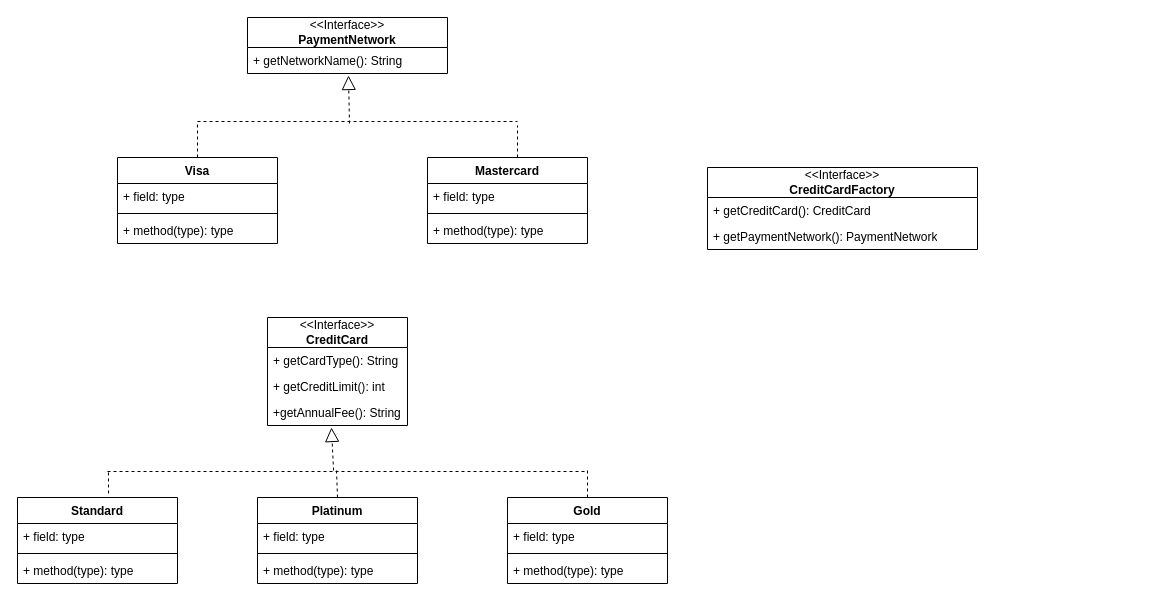
AndersonElit/design-patterns-examples keeps this draw.io diagram as creational-patterns/abstract-factory/abstract-factory-uml.drawio. Above is the earlier version. Source tidied: cells renumbered, new cells numbered last; positions are measured from the earlier drawing's top-left corner, leaving out a move shared by most shapes. Both pictures are drawn from the tidied source at 100%, with x=0, y=0 at pixel (17, 17).
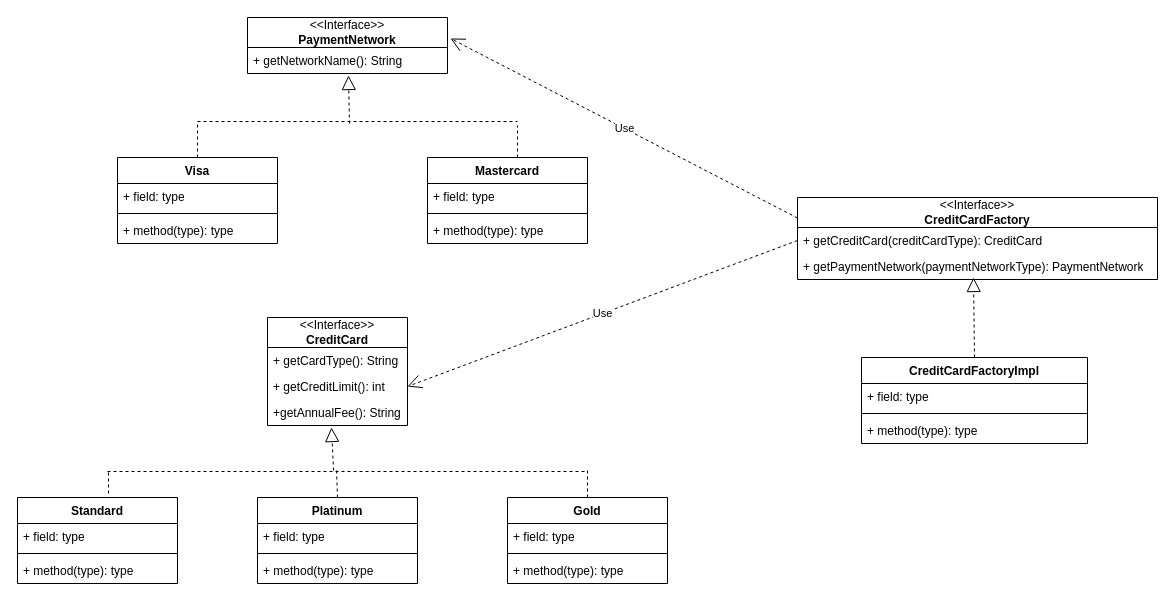
The same page after the edit.

Commit message:
abstract factory UML diagram completed.

The change refers to these unchanged cells:
```xml
<mxCell id="4" value="+ getCreditLimit&lt;span style=&quot;font-size: var(--cib-type-body1-font-size); font-weight: var(--cib-type-body1-font-weight); color: rgb(17, 17, 17); font-variation-settings: var(--cib-type-subtitle1-font-variation-settings);&quot; class=&quot;hljs-params&quot;&gt;()&lt;/span&gt;&lt;span style=&quot;background-color: initial;&quot;&gt;: int&lt;/span&gt;" style="text;strokeColor=none;fillColor=none;align=left;verticalAlign=top;spacingLeft=4;spacingRight=4;overflow=hidden;points=[[0,0.5],[1,0.5]];portConstraint=eastwest;whiteSpace=wrap;html=1;" parent="2" vertex="1">
  <mxGeometry y="56" width="140" height="26" as="geometry" />
</mxCell>
<mxCell id="26" value="&amp;lt;&amp;lt;Interface&amp;gt;&amp;gt;&lt;br&gt;&lt;b&gt;PaymentNetwork&lt;/b&gt;" style="swimlane;fontStyle=0;horizontal=1;startSize=30;fillColor=none;whiteSpace=wrap;html=1;" parent="1" vertex="1">
  <mxGeometry x="230" width="200" height="56" as="geometry" />
</mxCell>
```

The edit, as a diff of the source:
```diff
@@
     <mxCell id="18" value="&amp;lt;&amp;lt;Interface&amp;gt;&amp;gt;&lt;br&gt;&lt;b&gt;CreditCardFactory&lt;/b&gt;" style="swimlane;fontStyle=0;horizontal=1;startSize=30;fillColor=none;whiteSpace=wrap;html=1;" parent="1" vertex="1">
-      <mxGeometry x="690" y="150" width="270" height="82" as="geometry" />
+      <mxGeometry x="780" y="180" width="360" height="82" as="geometry" />
     </mxCell>
-    <mxCell id="19" value="+ getCreditCard(): CreditCard" style="text;strokeColor=none;fillColor=none;align=left;verticalAlign=top;spacingLeft=4;spacingRight=4;overflow=hidden;points=[[0,0.5],[1,0.5]];portConstraint=eastwest;whiteSpace=wrap;html=1;" parent="18" vertex="1">
-      <mxGeometry y="30" width="270" height="26" as="geometry" />
+    <mxCell id="19" value="+ getCreditCard(creditCardType): CreditCard" style="text;strokeColor=none;fillColor=none;align=left;verticalAlign=top;spacingLeft=4;spacingRight=4;overflow=hidden;points=[[0,0.5],[1,0.5]];portConstraint=eastwest;whiteSpace=wrap;html=1;" parent="18" vertex="1">
+      <mxGeometry y="30" width="360" height="26" as="geometry" />
     </mxCell>
-    <mxCell id="20" value="+ getPaymentNetwork(): PaymentNetwork" style="text;strokeColor=none;fillColor=none;align=left;verticalAlign=top;spacingLeft=4;spacingRight=4;overflow=hidden;points=[[0,0.5],[1,0.5]];portConstraint=eastwest;whiteSpace=wrap;html=1;" parent="18" vertex="1">
-      <mxGeometry y="56" width="270" height="26" as="geometry" />
+    <mxCell id="20" value="+ getPaymentNetwork(paymentNetworkType): PaymentNetwork" style="text;strokeColor=none;fillColor=none;align=left;verticalAlign=top;spacingLeft=4;spacingRight=4;overflow=hidden;points=[[0,0.5],[1,0.5]];portConstraint=eastwest;whiteSpace=wrap;html=1;" parent="18" vertex="1">
+      <mxGeometry y="56" width="360" height="26" as="geometry" />
     </mxCell>
@@
+    <mxCell id="40" value="CreditCardFactoryImpl" style="swimlane;fontStyle=1;align=center;verticalAlign=top;horizontal=1;startSize=26;whiteSpace=wrap;html=1;" parent="1" vertex="1">
+      <mxGeometry x="844" y="340" width="226" height="86" as="geometry" />
+    </mxCell>
+    <mxCell id="41" value="+ field: type" style="text;strokeColor=none;fillColor=none;align=left;verticalAlign=top;spacingLeft=4;spacingRight=4;overflow=hidden;whiteSpace=wrap;html=1;" parent="40" vertex="1">
+      <mxGeometry y="26" width="226" height="26" as="geometry" />
+    </mxCell>
+    <mxCell id="42" style="line;strokeWidth=1;fillColor=none;align=left;verticalAlign=middle;spacingTop=-1;spacingLeft=3;spacingRight=3;labelPosition=right;strokeColor=inherit;" parent="40" vertex="1">
+      <mxGeometry y="52" width="226" height="8" as="geometry" />
+    </mxCell>
+    <mxCell id="43" value="+ method(type): type" style="text;strokeColor=none;fillColor=none;align=left;verticalAlign=top;spacingLeft=4;spacingRight=4;overflow=hidden;whiteSpace=wrap;html=1;" parent="40" vertex="1">
+      <mxGeometry y="60" width="226" height="26" as="geometry" />
+    </mxCell>
+    <mxCell id="44" style="endArrow=block;dashed=1;endFill=0;endSize=12;html=1;rounded=0;entryX=0.489;entryY=0.923;entryDx=0;entryDy=0;entryPerimeter=0;exitX=0.5;exitY=0;exitDx=0;exitDy=0;" parent="1" edge="1" source="40" target="20">
+      <mxGeometry relative="1" as="geometry" />
+    </mxCell>
+    <mxCell id="45" value="Use" style="endArrow=open;endSize=12;dashed=1;html=1;rounded=0;exitX=0;exitY=0.25;exitDx=0;exitDy=0;entryX=1.015;entryY=0.375;entryDx=0;entryDy=0;entryPerimeter=0;" parent="1" edge="1" source="18" target="26">
+      <mxGeometry relative="1" as="geometry" />
+    </mxCell>
+    <mxCell id="46" value="Use" style="endArrow=open;endSize=12;dashed=1;html=1;rounded=0;exitX=0;exitY=0.5;exitDx=0;exitDy=0;entryX=1;entryY=0.5;entryDx=0;entryDy=0;" parent="1" edge="1" source="19" target="4">
+      <mxGeometry relative="1" as="geometry" />
+    </mxCell>
```
